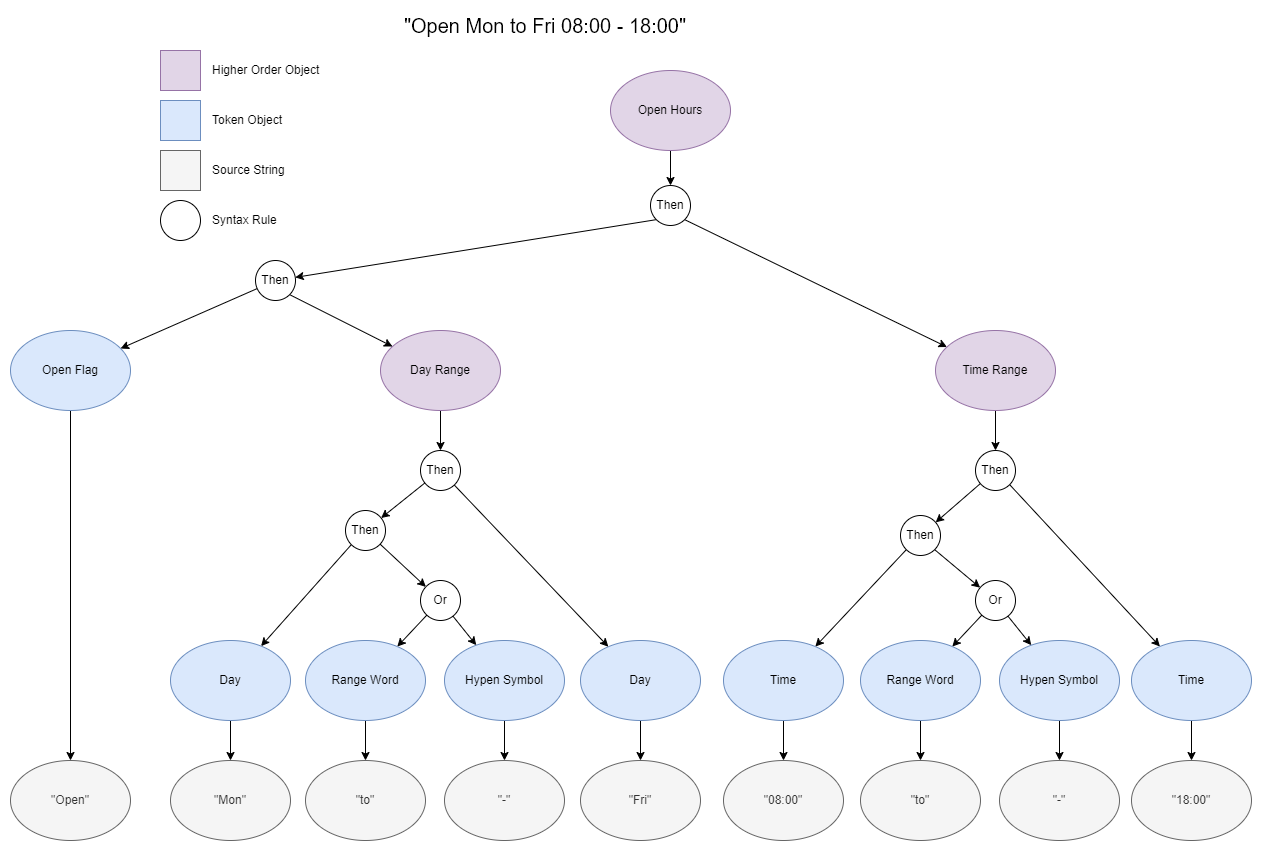
Above: assets/expression-parsing/expression-tree-ranges.png in TristanRhodes/tristanrhodes.github.io (draw.io), before the change. Source tidied: cells renumbered, new cells last; positions are measured from the earlier drawing's top-left corner, leaving out a move shared by most shapes. The source it was exported from:
```xml
<mxGraphModel>
  <root>
    <mxCell id="0" />
    <mxCell id="1" parent="0" />
    <mxCell id="2" value="&quot;Open Mon to Fri 08:00 - 18:00&quot;" style="text;html=1;strokeColor=none;fillColor=none;align=center;verticalAlign=middle;whiteSpace=wrap;rounded=0;fontSize=20;" parent="1" vertex="1">
      <mxGeometry x="350" width="370" height="30" as="geometry" />
    </mxCell>
    <mxCell id="3" style="rounded=0;whiteSpace=wrap;html=1;fontSize=20;fillColor=#e1d5e7;strokeColor=#9673a6;" parent="1" vertex="1">
      <mxGeometry x="150" y="40" width="40" height="40" as="geometry" />
    </mxCell>
    <mxCell id="4" value="Higher Order Object" style="text;html=1;strokeColor=none;fillColor=none;align=left;verticalAlign=middle;whiteSpace=wrap;rounded=0;fontSize=12;" parent="1" vertex="1">
      <mxGeometry x="200" y="45" width="130" height="30" as="geometry" />
    </mxCell>
    <mxCell id="5" style="rounded=0;whiteSpace=wrap;html=1;fontSize=20;fillColor=#dae8fc;strokeColor=#6c8ebf;" parent="1" vertex="1">
      <mxGeometry x="150" y="90" width="40" height="40" as="geometry" />
    </mxCell>
    <mxCell id="6" value="Token Object" style="text;html=1;strokeColor=none;fillColor=none;align=left;verticalAlign=middle;whiteSpace=wrap;rounded=0;fontSize=12;" parent="1" vertex="1">
      <mxGeometry x="200" y="95" width="130" height="30" as="geometry" />
    </mxCell>
    <mxCell id="7" style="rounded=0;whiteSpace=wrap;html=1;fontSize=20;fillColor=#f5f5f5;strokeColor=#666666;fontColor=#333333;" parent="1" vertex="1">
      <mxGeometry x="150" y="140" width="40" height="40" as="geometry" />
    </mxCell>
    <mxCell id="8" value="Source String" style="text;html=1;strokeColor=none;fillColor=none;align=left;verticalAlign=middle;whiteSpace=wrap;rounded=0;fontSize=12;" parent="1" vertex="1">
      <mxGeometry x="200" y="145" width="130" height="30" as="geometry" />
    </mxCell>
    <mxCell id="9" style="edgeStyle=none;rounded=0;jettySize=auto;html=1;exitX=0.5;exitY=1;exitDx=0;exitDy=0;" parent="1" edge="1" source="10" target="11">
      <mxGeometry relative="1" as="geometry" />
    </mxCell>
    <mxCell id="10" value="Open Flag" style="ellipse;whiteSpace=wrap;html=1;fillColor=#dae8fc;strokeColor=#6c8ebf;" parent="1" vertex="1">
      <mxGeometry y="320" width="120" height="80" as="geometry" />
    </mxCell>
    <mxCell id="11" value="&quot;Open&quot;" style="ellipse;whiteSpace=wrap;html=1;fillColor=#f5f5f5;strokeColor=#666666;fontColor=#333333;" parent="1" vertex="1">
      <mxGeometry y="750" width="120" height="80" as="geometry" />
    </mxCell>
    <mxCell id="12" style="rounded=0;jettySize=auto;html=1;" parent="1" edge="1" source="33" target="10">
      <mxGeometry relative="1" as="geometry" />
    </mxCell>
    <mxCell id="13" style="edgeStyle=none;rounded=0;jettySize=auto;html=1;exitX=0.5;exitY=1;exitDx=0;exitDy=0;" parent="1" edge="1" source="14" target="20">
      <mxGeometry relative="1" as="geometry" />
    </mxCell>
    <mxCell id="14" value="Day" style="ellipse;whiteSpace=wrap;html=1;fillColor=#dae8fc;strokeColor=#6c8ebf;" parent="1" vertex="1">
      <mxGeometry x="160" y="630" width="120" height="80" as="geometry" />
    </mxCell>
    <mxCell id="15" style="edgeStyle=none;rounded=0;jettySize=auto;html=1;" parent="1" edge="1" source="31" target="29">
      <mxGeometry relative="1" as="geometry" />
    </mxCell>
    <mxCell id="16" style="edgeStyle=none;rounded=0;jettySize=auto;html=1;exitX=0.5;exitY=1;exitDx=0;exitDy=0;" parent="1" edge="1" source="17" target="31">
      <mxGeometry relative="1" as="geometry" />
    </mxCell>
    <mxCell id="17" value="Day Range" style="ellipse;whiteSpace=wrap;html=1;fillColor=#e1d5e7;strokeColor=#9673a6;" parent="1" vertex="1">
      <mxGeometry x="370" y="320" width="120" height="80" as="geometry" />
    </mxCell>
    <mxCell id="18" style="edgeStyle=none;rounded=0;jettySize=auto;html=1;exitX=0.5;exitY=1;exitDx=0;exitDy=0;" parent="1" edge="1" source="19" target="21">
      <mxGeometry relative="1" as="geometry" />
    </mxCell>
    <mxCell id="19" value="Day" style="ellipse;whiteSpace=wrap;html=1;fillColor=#dae8fc;strokeColor=#6c8ebf;" parent="1" vertex="1">
      <mxGeometry x="570" y="630" width="120" height="80" as="geometry" />
    </mxCell>
    <mxCell id="20" value="&quot;Mon&quot;" style="ellipse;whiteSpace=wrap;html=1;fillColor=#f5f5f5;strokeColor=#666666;fontColor=#333333;" parent="1" vertex="1">
      <mxGeometry x="160" y="750" width="120" height="80" as="geometry" />
    </mxCell>
    <mxCell id="21" value="&quot;Fri&quot;" style="ellipse;whiteSpace=wrap;html=1;fillColor=#f5f5f5;strokeColor=#666666;fontColor=#333333;" parent="1" vertex="1">
      <mxGeometry x="570" y="750" width="120" height="80" as="geometry" />
    </mxCell>
    <mxCell id="22" style="edgeStyle=none;rounded=0;jettySize=auto;html=1;" parent="1" edge="1" source="23" target="50">
      <mxGeometry relative="1" as="geometry" />
    </mxCell>
    <mxCell id="23" value="Open Hours" style="ellipse;whiteSpace=wrap;html=1;fillColor=#e1d5e7;strokeColor=#9673a6;" parent="1" vertex="1">
      <mxGeometry x="600" y="60" width="120" height="80" as="geometry" />
    </mxCell>
    <mxCell id="24" style="edgeStyle=none;rounded=0;jettySize=auto;html=1;exitX=0.5;exitY=1;exitDx=0;exitDy=0;" parent="1" edge="1" source="25" target="26">
      <mxGeometry relative="1" as="geometry" />
    </mxCell>
    <mxCell id="25" value="Range Word" style="ellipse;whiteSpace=wrap;html=1;fillColor=#dae8fc;strokeColor=#6c8ebf;" parent="1" vertex="1">
      <mxGeometry x="295" y="630" width="120" height="80" as="geometry" />
    </mxCell>
    <mxCell id="26" value="&quot;to&quot;" style="ellipse;whiteSpace=wrap;html=1;fillColor=#f5f5f5;strokeColor=#666666;fontColor=#333333;" parent="1" vertex="1">
      <mxGeometry x="295" y="750" width="120" height="80" as="geometry" />
    </mxCell>
    <mxCell id="27" style="edgeStyle=none;rounded=0;jettySize=auto;html=1;exitX=0;exitY=1;exitDx=0;exitDy=0;" parent="1" edge="1" source="29" target="14">
      <mxGeometry relative="1" as="geometry" />
    </mxCell>
    <mxCell id="28" style="edgeStyle=none;rounded=0;jettySize=auto;html=1;" parent="1" edge="1" source="29" target="56">
      <mxGeometry relative="1" as="geometry" />
    </mxCell>
    <mxCell id="29" value="Then" style="ellipse;whiteSpace=wrap;html=1;" parent="1" vertex="1">
      <mxGeometry x="335" y="500" width="40" height="40" as="geometry" />
    </mxCell>
    <mxCell id="30" style="edgeStyle=none;rounded=0;jettySize=auto;html=1;" parent="1" edge="1" source="31" target="19">
      <mxGeometry relative="1" as="geometry" />
    </mxCell>
    <mxCell id="31" value="Then" style="ellipse;whiteSpace=wrap;html=1;" parent="1" vertex="1">
      <mxGeometry x="410" y="440" width="40" height="40" as="geometry" />
    </mxCell>
    <mxCell id="32" style="edgeStyle=none;rounded=0;jettySize=auto;html=1;exitX=1;exitY=1;exitDx=0;exitDy=0;" parent="1" edge="1" source="33" target="17">
      <mxGeometry relative="1" as="geometry" />
    </mxCell>
    <mxCell id="33" value="Then" style="ellipse;whiteSpace=wrap;html=1;" parent="1" vertex="1">
      <mxGeometry x="245" y="250" width="40" height="40" as="geometry" />
    </mxCell>
    <mxCell id="34" style="edgeStyle=none;rounded=0;jettySize=auto;html=1;exitX=0.5;exitY=1;exitDx=0;exitDy=0;" parent="1" edge="1" source="35" target="41">
      <mxGeometry relative="1" as="geometry" />
    </mxCell>
    <mxCell id="35" value="Time" style="ellipse;whiteSpace=wrap;html=1;fillColor=#dae8fc;strokeColor=#6c8ebf;" parent="1" vertex="1">
      <mxGeometry x="713" y="630" width="120" height="80" as="geometry" />
    </mxCell>
    <mxCell id="36" style="edgeStyle=none;rounded=0;jettySize=auto;html=1;" parent="1" edge="1" source="47" target="45">
      <mxGeometry relative="1" as="geometry" />
    </mxCell>
    <mxCell id="37" style="edgeStyle=none;rounded=0;jettySize=auto;html=1;exitX=0.5;exitY=1;exitDx=0;exitDy=0;" parent="1" edge="1" source="38" target="47">
      <mxGeometry relative="1" as="geometry" />
    </mxCell>
    <mxCell id="38" value="Time Range" style="ellipse;whiteSpace=wrap;html=1;fillColor=#e1d5e7;strokeColor=#9673a6;" parent="1" vertex="1">
      <mxGeometry x="925" y="320" width="120" height="80" as="geometry" />
    </mxCell>
    <mxCell id="39" style="edgeStyle=none;rounded=0;jettySize=auto;html=1;exitX=0.5;exitY=1;exitDx=0;exitDy=0;" parent="1" edge="1" source="40" target="42">
      <mxGeometry relative="1" as="geometry" />
    </mxCell>
    <mxCell id="40" value="Time" style="ellipse;whiteSpace=wrap;html=1;fillColor=#dae8fc;strokeColor=#6c8ebf;" parent="1" vertex="1">
      <mxGeometry x="1121" y="630" width="120" height="80" as="geometry" />
    </mxCell>
    <mxCell id="41" value="&quot;08:00&quot;" style="ellipse;whiteSpace=wrap;html=1;fillColor=#f5f5f5;strokeColor=#666666;fontColor=#333333;" parent="1" vertex="1">
      <mxGeometry x="713" y="750" width="120" height="80" as="geometry" />
    </mxCell>
    <mxCell id="42" value="&quot;18:00&quot;" style="ellipse;whiteSpace=wrap;html=1;fillColor=#f5f5f5;strokeColor=#666666;fontColor=#333333;" parent="1" vertex="1">
      <mxGeometry x="1121" y="750" width="120" height="80" as="geometry" />
    </mxCell>
    <mxCell id="43" style="edgeStyle=none;rounded=0;jettySize=auto;html=1;exitX=0;exitY=1;exitDx=0;exitDy=0;" parent="1" edge="1" source="45" target="35">
      <mxGeometry relative="1" as="geometry" />
    </mxCell>
    <mxCell id="44" style="edgeStyle=none;rounded=0;jettySize=auto;html=1;exitX=1;exitY=1;exitDx=0;exitDy=0;" parent="1" edge="1" source="45" target="65">
      <mxGeometry relative="1" as="geometry" />
    </mxCell>
    <mxCell id="45" value="Then" style="ellipse;whiteSpace=wrap;html=1;" parent="1" vertex="1">
      <mxGeometry x="890" y="505" width="40" height="40" as="geometry" />
    </mxCell>
    <mxCell id="46" style="edgeStyle=none;rounded=0;jettySize=auto;html=1;exitX=1;exitY=1;exitDx=0;exitDy=0;" parent="1" edge="1" source="47" target="40">
      <mxGeometry relative="1" as="geometry" />
    </mxCell>
    <mxCell id="47" value="Then" style="ellipse;whiteSpace=wrap;html=1;" parent="1" vertex="1">
      <mxGeometry x="965" y="440" width="40" height="40" as="geometry" />
    </mxCell>
    <mxCell id="48" style="edgeStyle=none;rounded=0;jettySize=auto;html=1;exitX=0;exitY=1;exitDx=0;exitDy=0;" parent="1" edge="1" source="50" target="33">
      <mxGeometry relative="1" as="geometry" />
    </mxCell>
    <mxCell id="49" style="edgeStyle=none;rounded=0;jettySize=auto;html=1;exitX=1;exitY=1;exitDx=0;exitDy=0;" parent="1" edge="1" source="50" target="38">
      <mxGeometry relative="1" as="geometry" />
    </mxCell>
    <mxCell id="50" value="Then" style="ellipse;whiteSpace=wrap;html=1;" parent="1" vertex="1">
      <mxGeometry x="640" y="175" width="40" height="40" as="geometry" />
    </mxCell>
    <mxCell id="51" style="edgeStyle=none;rounded=0;jettySize=auto;html=1;exitX=0.5;exitY=1;exitDx=0;exitDy=0;" parent="1" edge="1" source="52" target="53">
      <mxGeometry relative="1" as="geometry" />
    </mxCell>
    <mxCell id="52" value="Hypen Symbol" style="ellipse;whiteSpace=wrap;html=1;fillColor=#dae8fc;strokeColor=#6c8ebf;" parent="1" vertex="1">
      <mxGeometry x="434" y="630" width="120" height="80" as="geometry" />
    </mxCell>
    <mxCell id="53" value="&quot;-&quot;" style="ellipse;whiteSpace=wrap;html=1;fillColor=#f5f5f5;strokeColor=#666666;fontColor=#333333;" parent="1" vertex="1">
      <mxGeometry x="434" y="750" width="120" height="80" as="geometry" />
    </mxCell>
    <mxCell id="54" style="edgeStyle=none;rounded=0;jettySize=auto;html=1;" parent="1" edge="1" source="56" target="25">
      <mxGeometry relative="1" as="geometry" />
    </mxCell>
    <mxCell id="55" style="edgeStyle=none;rounded=0;jettySize=auto;html=1;" parent="1" edge="1" source="56" target="52">
      <mxGeometry relative="1" as="geometry" />
    </mxCell>
    <mxCell id="56" value="Or" style="ellipse;whiteSpace=wrap;html=1;" parent="1" vertex="1">
      <mxGeometry x="410" y="570" width="40" height="40" as="geometry" />
    </mxCell>
    <mxCell id="57" style="edgeStyle=none;rounded=0;jettySize=auto;html=1;exitX=0.5;exitY=1;exitDx=0;exitDy=0;" parent="1" edge="1" source="58" target="59">
      <mxGeometry relative="1" as="geometry" />
    </mxCell>
    <mxCell id="58" value="Range Word" style="ellipse;whiteSpace=wrap;html=1;fillColor=#dae8fc;strokeColor=#6c8ebf;" parent="1" vertex="1">
      <mxGeometry x="850" y="630" width="120" height="80" as="geometry" />
    </mxCell>
    <mxCell id="59" value="&quot;to&quot;" style="ellipse;whiteSpace=wrap;html=1;fillColor=#f5f5f5;strokeColor=#666666;fontColor=#333333;" parent="1" vertex="1">
      <mxGeometry x="850" y="750" width="120" height="80" as="geometry" />
    </mxCell>
    <mxCell id="60" style="edgeStyle=none;rounded=0;jettySize=auto;html=1;exitX=0.5;exitY=1;exitDx=0;exitDy=0;" parent="1" edge="1" source="61" target="62">
      <mxGeometry relative="1" as="geometry" />
    </mxCell>
    <mxCell id="61" value="Hypen Symbol" style="ellipse;whiteSpace=wrap;html=1;fillColor=#dae8fc;strokeColor=#6c8ebf;" parent="1" vertex="1">
      <mxGeometry x="989" y="630" width="120" height="80" as="geometry" />
    </mxCell>
    <mxCell id="62" value="&quot;-&quot;" style="ellipse;whiteSpace=wrap;html=1;fillColor=#f5f5f5;strokeColor=#666666;fontColor=#333333;" parent="1" vertex="1">
      <mxGeometry x="989" y="750" width="120" height="80" as="geometry" />
    </mxCell>
    <mxCell id="63" style="edgeStyle=none;rounded=0;jettySize=auto;html=1;" parent="1" edge="1" source="65" target="58">
      <mxGeometry relative="1" as="geometry" />
    </mxCell>
    <mxCell id="64" style="edgeStyle=none;rounded=0;jettySize=auto;html=1;" parent="1" edge="1" source="65" target="61">
      <mxGeometry relative="1" as="geometry" />
    </mxCell>
    <mxCell id="65" value="Or" style="ellipse;whiteSpace=wrap;html=1;" parent="1" vertex="1">
      <mxGeometry x="965" y="570" width="40" height="40" as="geometry" />
    </mxCell>
    <mxCell id="66" style="ellipse;whiteSpace=wrap;html=1;" parent="1" vertex="1">
      <mxGeometry x="150" y="190" width="40" height="40" as="geometry" />
    </mxCell>
    <mxCell id="67" value="Syntax Rule" style="text;html=1;strokeColor=none;fillColor=none;align=left;verticalAlign=middle;whiteSpace=wrap;rounded=0;fontSize=12;" parent="1" vertex="1">
      <mxGeometry x="200" y="195" width="130" height="30" as="geometry" />
    </mxCell>
  </root>
</mxGraphModel>
```
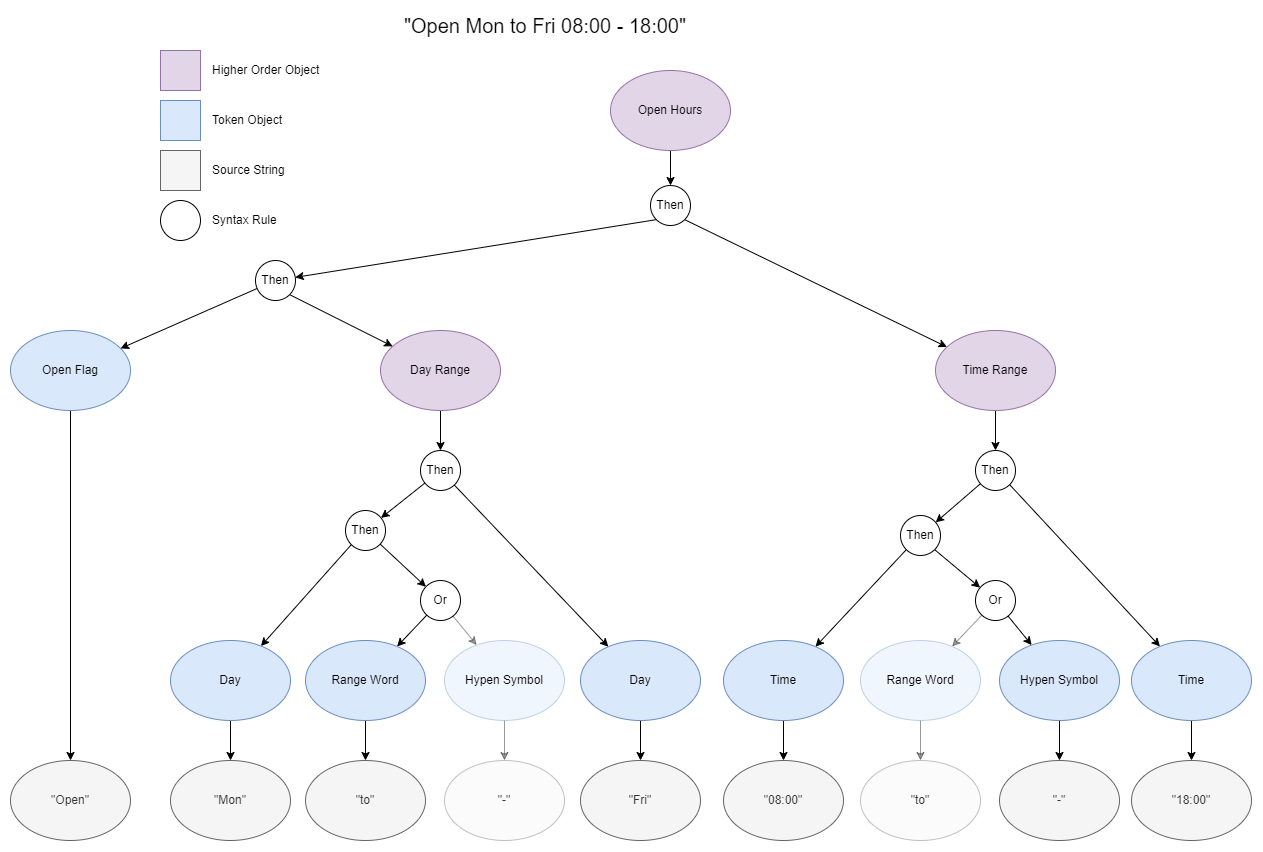
After the change.

Commit message:
update Expression Parsing post

What changed in the source:
```diff
@@ -149,31 +149,31 @@
     <mxCell id="50" value="Then" style="ellipse;whiteSpace=wrap;html=1;" parent="1" vertex="1">
       <mxGeometry x="640" y="175" width="40" height="40" as="geometry" />
     </mxCell>
-    <mxCell id="51" style="edgeStyle=none;rounded=0;jettySize=auto;html=1;exitX=0.5;exitY=1;exitDx=0;exitDy=0;" parent="1" edge="1" source="52" target="53">
+    <mxCell id="51" style="edgeStyle=none;rounded=0;jettySize=auto;html=1;exitX=0.5;exitY=1;exitDx=0;exitDy=0;opacity=40;" parent="1" edge="1" source="52" target="53">
       <mxGeometry relative="1" as="geometry" />
     </mxCell>
-    <mxCell id="52" value="Hypen Symbol" style="ellipse;whiteSpace=wrap;html=1;fillColor=#dae8fc;strokeColor=#6c8ebf;" parent="1" vertex="1">
+    <mxCell id="52" value="Hypen Symbol" style="ellipse;whiteSpace=wrap;html=1;fillColor=#dae8fc;strokeColor=#6c8ebf;opacity=40;" parent="1" vertex="1">
       <mxGeometry x="434" y="630" width="120" height="80" as="geometry" />
     </mxCell>
-    <mxCell id="53" value="&quot;-&quot;" style="ellipse;whiteSpace=wrap;html=1;fillColor=#f5f5f5;strokeColor=#666666;fontColor=#333333;" parent="1" vertex="1">
+    <mxCell id="53" value="&quot;-&quot;" style="ellipse;whiteSpace=wrap;html=1;fillColor=#f5f5f5;strokeColor=#666666;fontColor=#333333;opacity=40;" parent="1" vertex="1">
       <mxGeometry x="434" y="750" width="120" height="80" as="geometry" />
     </mxCell>
     <mxCell id="54" style="edgeStyle=none;rounded=0;jettySize=auto;html=1;" parent="1" edge="1" source="56" target="25">
       <mxGeometry relative="1" as="geometry" />
     </mxCell>
-    <mxCell id="55" style="edgeStyle=none;rounded=0;jettySize=auto;html=1;" parent="1" edge="1" source="56" target="52">
+    <mxCell id="55" style="edgeStyle=none;rounded=0;jettySize=auto;html=1;opacity=40;" parent="1" edge="1" source="56" target="52">
       <mxGeometry relative="1" as="geometry" />
     </mxCell>
     <mxCell id="56" value="Or" style="ellipse;whiteSpace=wrap;html=1;" parent="1" vertex="1">
       <mxGeometry x="410" y="570" width="40" height="40" as="geometry" />
     </mxCell>
-    <mxCell id="57" style="edgeStyle=none;rounded=0;jettySize=auto;html=1;exitX=0.5;exitY=1;exitDx=0;exitDy=0;" parent="1" edge="1" source="58" target="59">
+    <mxCell id="57" style="edgeStyle=none;rounded=0;jettySize=auto;html=1;exitX=0.5;exitY=1;exitDx=0;exitDy=0;opacity=40;" parent="1" edge="1" source="58" target="59">
       <mxGeometry relative="1" as="geometry" />
     </mxCell>
-    <mxCell id="58" value="Range Word" style="ellipse;whiteSpace=wrap;html=1;fillColor=#dae8fc;strokeColor=#6c8ebf;" parent="1" vertex="1">
+    <mxCell id="58" value="Range Word" style="ellipse;whiteSpace=wrap;html=1;fillColor=#dae8fc;strokeColor=#6c8ebf;opacity=40;" parent="1" vertex="1">
       <mxGeometry x="850" y="630" width="120" height="80" as="geometry" />
     </mxCell>
-    <mxCell id="59" value="&quot;to&quot;" style="ellipse;whiteSpace=wrap;html=1;fillColor=#f5f5f5;strokeColor=#666666;fontColor=#333333;" parent="1" vertex="1">
+    <mxCell id="59" value="&quot;to&quot;" style="ellipse;whiteSpace=wrap;html=1;fillColor=#f5f5f5;strokeColor=#666666;fontColor=#333333;opacity=40;" parent="1" vertex="1">
       <mxGeometry x="850" y="750" width="120" height="80" as="geometry" />
     </mxCell>
     <mxCell id="60" style="edgeStyle=none;rounded=0;jettySize=auto;html=1;exitX=0.5;exitY=1;exitDx=0;exitDy=0;" parent="1" edge="1" source="61" target="62">
@@ -185,7 +185,7 @@
     <mxCell id="62" value="&quot;-&quot;" style="ellipse;whiteSpace=wrap;html=1;fillColor=#f5f5f5;strokeColor=#666666;fontColor=#333333;" parent="1" vertex="1">
       <mxGeometry x="989" y="750" width="120" height="80" as="geometry" />
     </mxCell>
-    <mxCell id="63" style="edgeStyle=none;rounded=0;jettySize=auto;html=1;" parent="1" edge="1" source="65" target="58">
+    <mxCell id="63" style="edgeStyle=none;rounded=0;jettySize=auto;html=1;opacity=40;" parent="1" edge="1" source="65" target="58">
       <mxGeometry relative="1" as="geometry" />
     </mxCell>
     <mxCell id="64" style="edgeStyle=none;rounded=0;jettySize=auto;html=1;" parent="1" edge="1" source="65" target="61">
```
